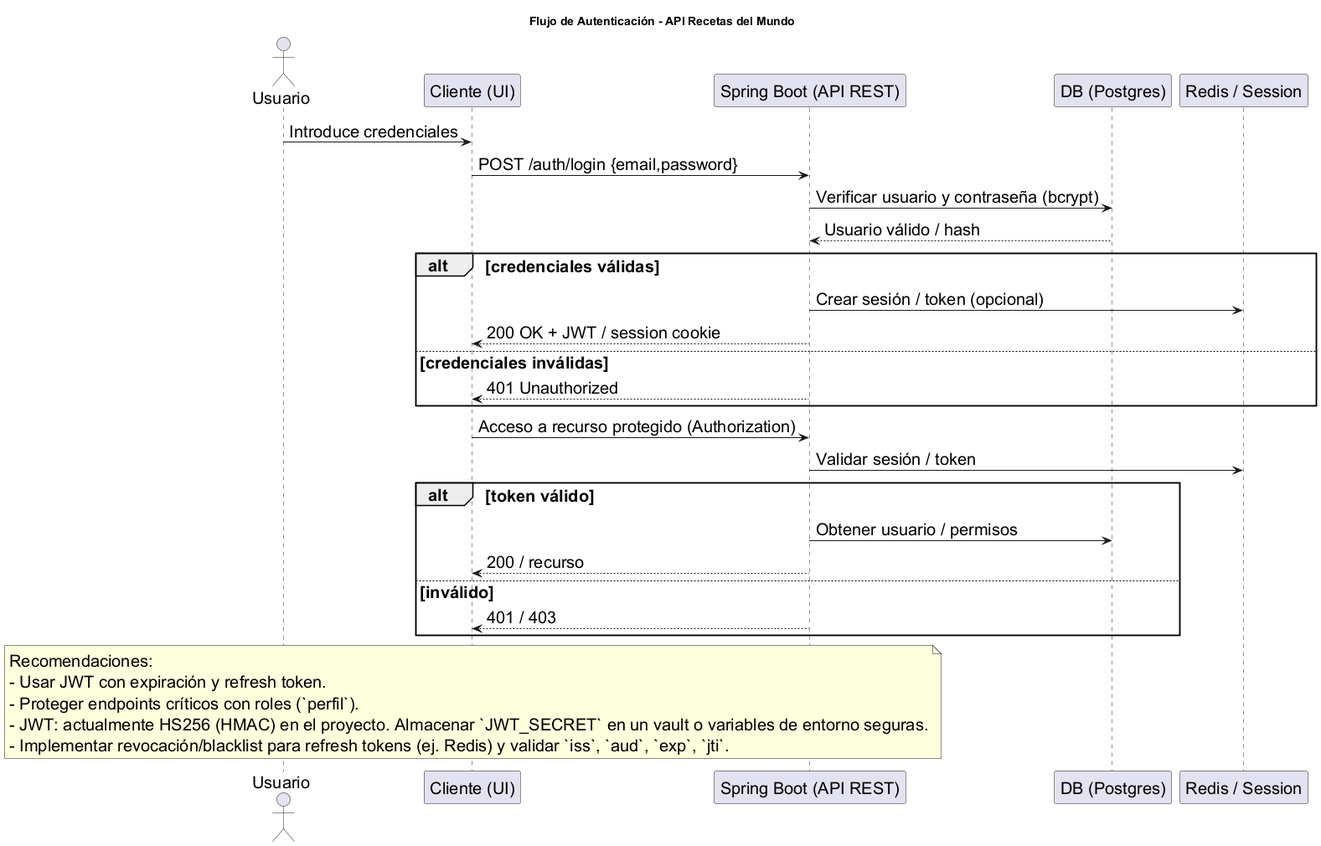
Earlier version of the PlantUML export RDM/docs/auth_flow.png (TioPig/HTMLS).
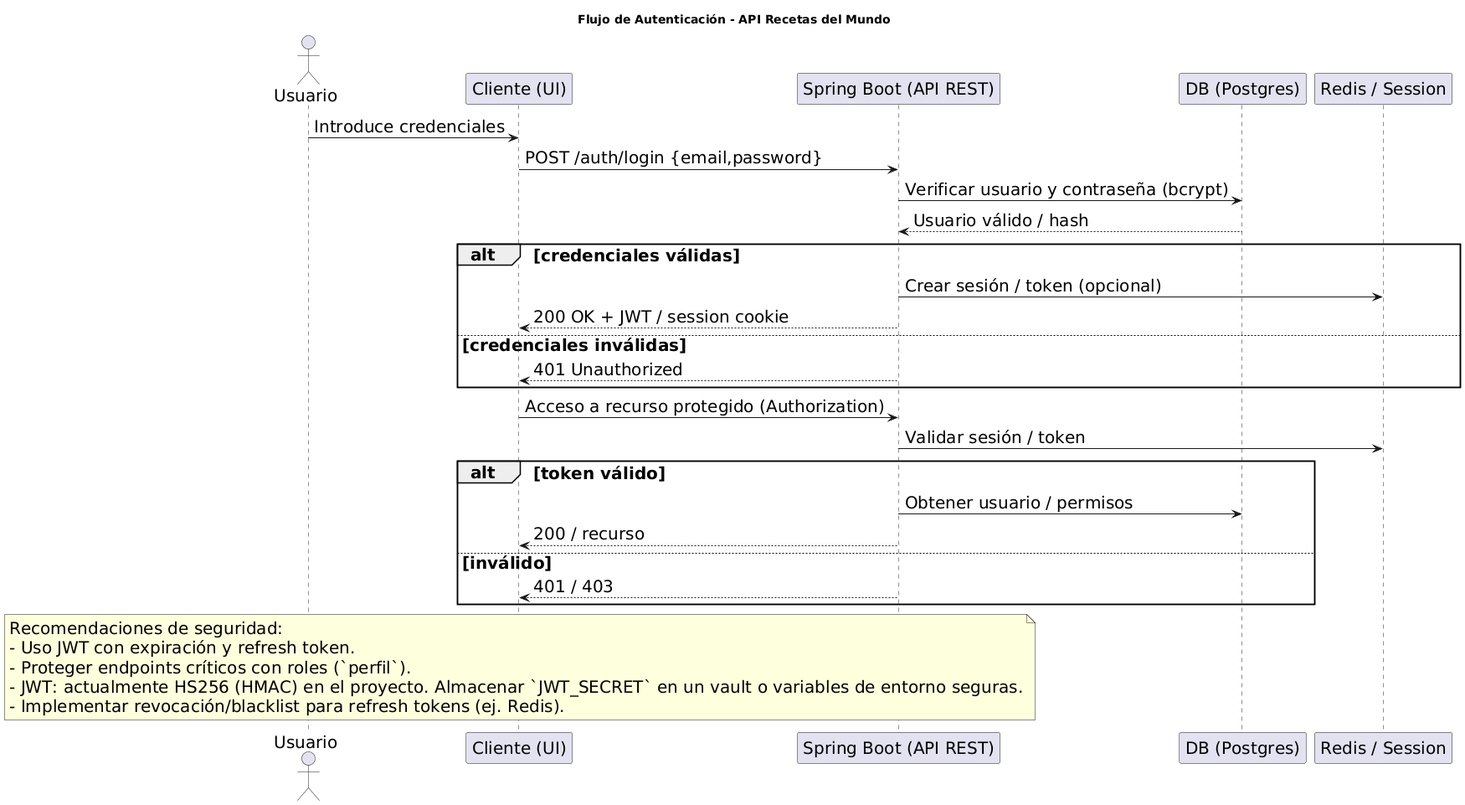
Above is the later version.

Commit message:
Update architecture and auth flow diagrams

What changed in the source:
```diff
@@ -28,11 +28,11 @@
 end
 
 note over Client
-  Recomendaciones:
-  - Usar JWT con expiración y refresh token.
+  Recomendaciones de seguridad:
+  - Uso JWT con expiración y refresh token.
   - Proteger endpoints críticos con roles (`perfil`).
   - JWT: actualmente HS256 (HMAC) en el proyecto. Almacenar `JWT_SECRET` en un vault o variables de entorno seguras.
-  - Implementar revocación/blacklist para refresh tokens (ej. Redis) y validar `iss`, `aud`, `exp`, `jti`.
+  - Implementar revocación/blacklist para refresh tokens (ej. Redis).
 end note
 
 @enduml
```
